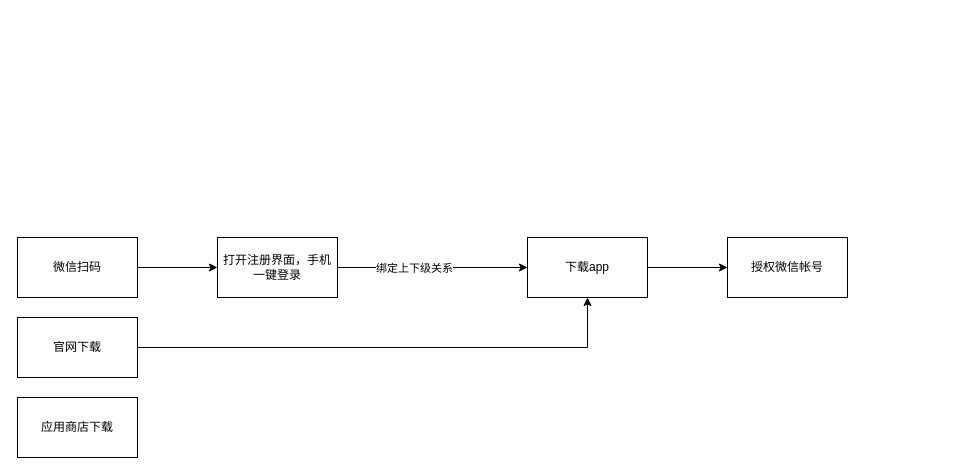
pqdaky/CMS keeps this draw.io diagram as 注册流程.drawio. Above is the earlier version. Source tidied: cells renumbered, new cells numbered last; positions are measured from the earlier drawing's top-left corner, leaving out a move shared by most shapes. Both pictures are drawn from the tidied source at 100%, with x=0, y=0 at pixel (17, 237).
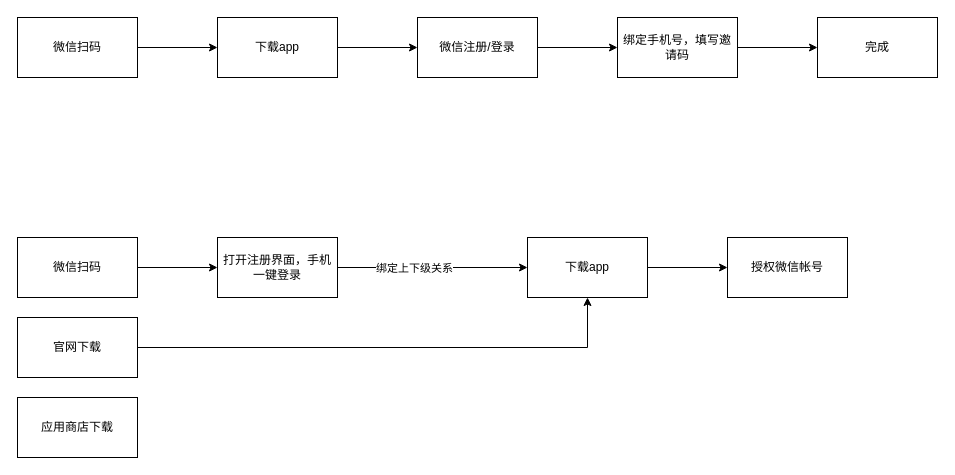
The same page after the edit.

Commit message:
更新注册流程.drawio

Change to the diagram source:
```diff
@@
+    <mxCell id="13" style="edgeStyle=orthogonalEdgeStyle;rounded=0;jettySize=auto;html=1;" parent="1" edge="1" source="14" target="16">
+      <mxGeometry relative="1" as="geometry" />
+    </mxCell>
+    <mxCell id="14" value="微信扫码" style="rounded=0;whiteSpace=wrap;html=1;" parent="1" vertex="1">
+      <mxGeometry y="-220" width="120" height="60" as="geometry" />
+    </mxCell>
+    <mxCell id="15" style="edgeStyle=orthogonalEdgeStyle;rounded=0;jettySize=auto;html=1;" parent="1" edge="1" source="16" target="18">
+      <mxGeometry relative="1" as="geometry" />
+    </mxCell>
+    <mxCell id="16" value="下载app" style="rounded=0;whiteSpace=wrap;html=1;" parent="1" vertex="1">
+      <mxGeometry x="200" y="-220" width="120" height="60" as="geometry" />
+    </mxCell>
+    <mxCell id="17" style="edgeStyle=orthogonalEdgeStyle;rounded=0;jettySize=auto;html=1;" parent="1" edge="1" source="18" target="20">
+      <mxGeometry relative="1" as="geometry" />
+    </mxCell>
+    <mxCell id="18" value="微信注册/登录" style="rounded=0;whiteSpace=wrap;html=1;" parent="1" vertex="1">
+      <mxGeometry x="400" y="-220" width="120" height="60" as="geometry" />
+    </mxCell>
+    <mxCell id="19" style="edgeStyle=orthogonalEdgeStyle;rounded=0;jettySize=auto;html=1;" parent="1" edge="1" source="20" target="21">
+      <mxGeometry relative="1" as="geometry" />
+    </mxCell>
+    <mxCell id="20" value="绑定手机号，填写邀请码" style="rounded=0;whiteSpace=wrap;html=1;" parent="1" vertex="1">
+      <mxGeometry x="600" y="-220" width="120" height="60" as="geometry" />
+    </mxCell>
+    <mxCell id="21" value="完成" style="rounded=0;whiteSpace=wrap;html=1;" parent="1" vertex="1">
+      <mxGeometry x="800" y="-220" width="120" height="60" as="geometry" />
+    </mxCell>
```
